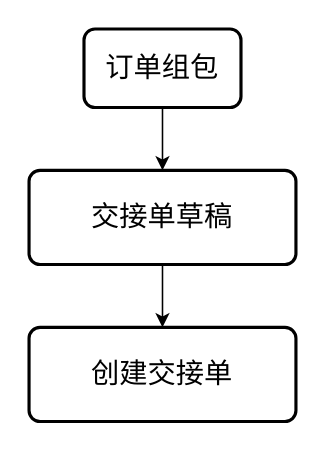
The draw.io diagram longpean/OMS-交接单.drawio in GitHeP/diagrams, before the edit. Source tidied: cells renumbered, new cells numbered last; positions are measured from the earlier drawing's top-left corner, leaving out a move shared by most shapes. Both pictures are drawn from the tidied source at 157%, with x=0, y=0 at pixel (28, 28).
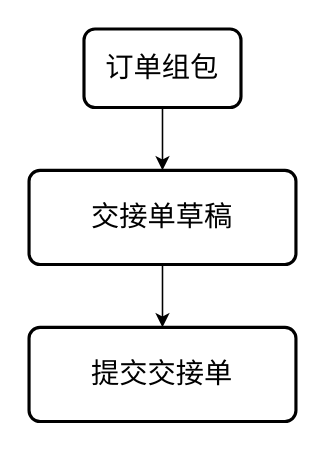
The same page after the edit.

Commit message (it also covers changes not shown here):
更新OMS-交接单.drawio

What changed in the source:
```diff
@@
 <mxGraphModel>
   <root>
     <mxCell id="0" />
     <mxCell id="1" parent="0" />
     <mxCell id="2" style="edgeStyle=orthogonalEdgeStyle;rounded=0;jettySize=auto;html=1;" parent="1" edge="1" source="3" target="5">
       <mxGeometry relative="1" as="geometry" />
     </mxCell>
     <mxCell id="3" value="&lt;font style=&quot;font-size: 18px;&quot;&gt;订单组包&lt;/font&gt;" style="rounded=1;whiteSpace=wrap;html=1;absoluteArcSize=1;arcSize=14;strokeWidth=2;" parent="1" vertex="1">
       <mxGeometry x="35" width="100" height="50" as="geometry" />
     </mxCell>
     <mxCell id="4" style="edgeStyle=orthogonalEdgeStyle;rounded=0;jettySize=auto;html=1;" parent="1" edge="1" source="5" target="6">
       <mxGeometry relative="1" as="geometry" />
     </mxCell>
     <mxCell id="5" value="&lt;font style=&quot;font-size: 18px;&quot;&gt;交接单草稿&lt;/font&gt;" style="rounded=1;whiteSpace=wrap;html=1;absoluteArcSize=1;arcSize=14;strokeWidth=2;" parent="1" vertex="1">
       <mxGeometry y="90" width="170" height="60" as="geometry" />
     </mxCell>
-    <mxCell id="6" value="&lt;font style=&quot;font-size: 18px;&quot;&gt;创建交接单&lt;/font&gt;" style="rounded=1;whiteSpace=wrap;html=1;absoluteArcSize=1;arcSize=14;strokeWidth=2;" parent="1" vertex="1">
+    <mxCell id="6" value="&lt;font style=&quot;font-size: 18px;&quot;&gt;提交交接单&lt;/font&gt;" style="rounded=1;whiteSpace=wrap;html=1;absoluteArcSize=1;arcSize=14;strokeWidth=2;" parent="1" vertex="1">
       <mxGeometry y="190" width="170" height="60" as="geometry" />
     </mxCell>
   </root>
 </mxGraphModel>
```
